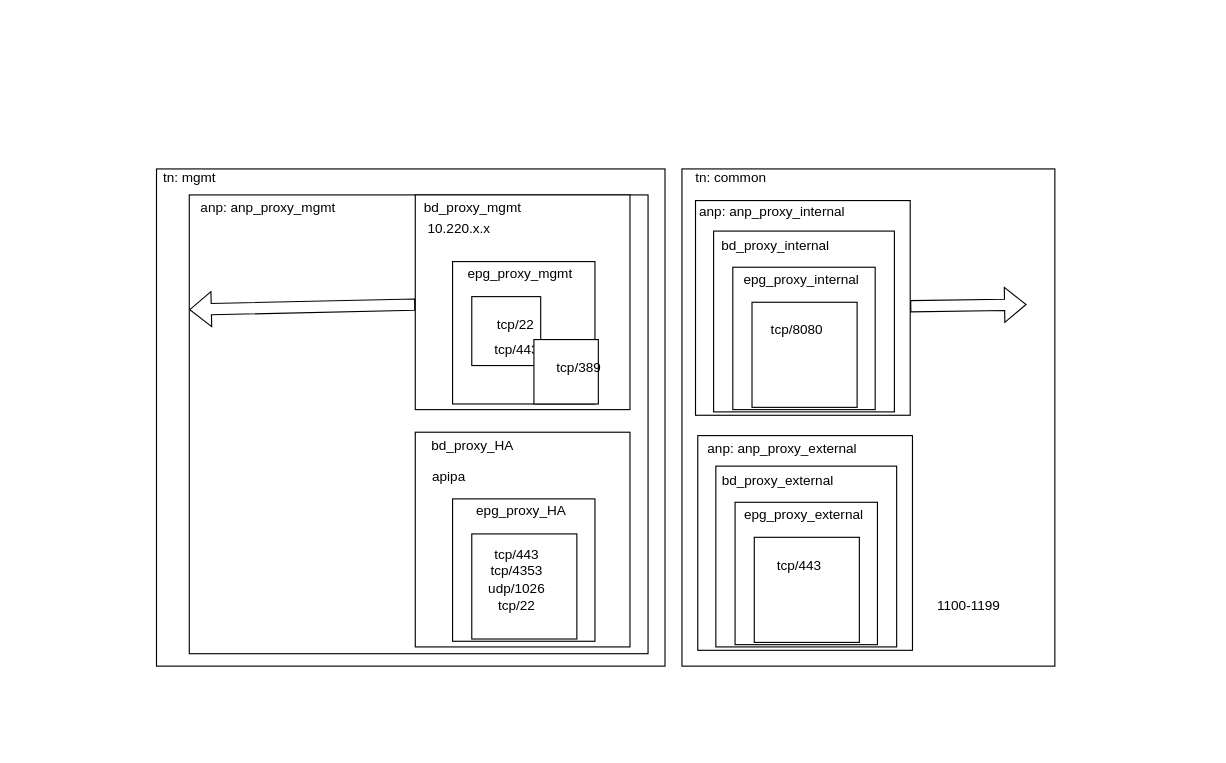
The draw.io diagram page "ACI model" (2 of 3) of Untitled Diagram(1).drawio in steljwagh/Files, before the edit. Source tidied: cells renumbered, new cells numbered last; positions are measured from the earlier drawing's top-left corner, leaving out a move shared by most shapes. Both pictures are drawn from the tidied source at 113%, with x=0, y=0 at pixel (155, 166).
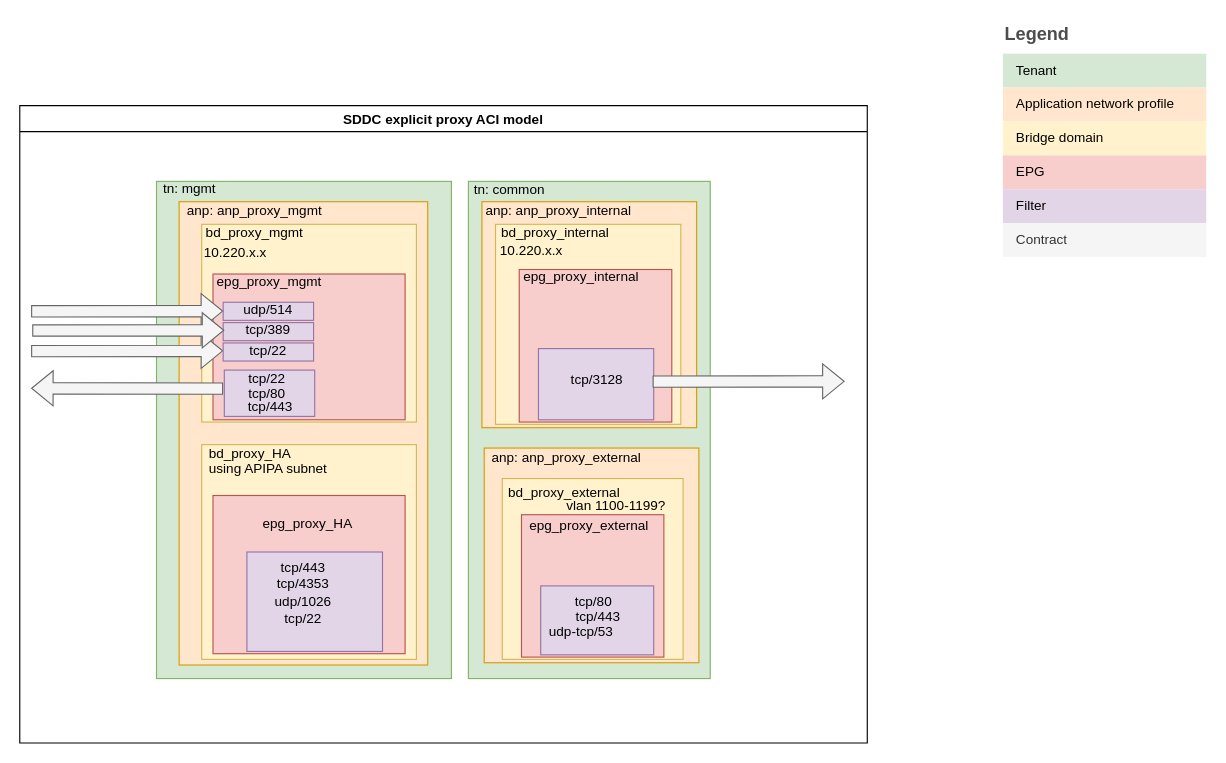
Above is the later version.

The edit, as a diff of the source:
```diff
@@
+    <mxCell id="4" style="rounded=0;whiteSpace=wrap;html=1;imageAspect=0;fillColor=#d5e8d4;strokeColor=#82b366;" parent="1" vertex="1">
+      <mxGeometry x="1" y="13" width="261" height="440" as="geometry" />
+    </mxCell>
+    <mxCell id="47" style="whiteSpace=wrap;html=1;imageAspect=1;absoluteArcSize=1;fillColor=#ffe6cc;strokeColor=#d79b00;" parent="1" vertex="1">
+      <mxGeometry x="21" y="31" width="220" height="410" as="geometry" />
+    </mxCell>
-    <mxCell id="2" style="rounded=0;whiteSpace=wrap;html=1;" parent="1" vertex="1">
-      <mxGeometry x="466" y="2" width="330" height="440" as="geometry" />
+    <mxCell id="2" style="rounded=0;whiteSpace=wrap;html=1;fillColor=#d5e8d4;strokeColor=#82b366;" parent="1" vertex="1">
+      <mxGeometry x="277" y="13" width="214" height="440" as="geometry" />
     </mxCell>
     <mxCell id="3" value="tn: common" style="text;html=1;align=center;verticalAlign=middle;strokeColor=none;" parent="1" vertex="1">
-      <mxGeometry x="469" width="80" height="20" as="geometry" />
+      <mxGeometry x="273" y="11" width="80" height="20" as="geometry" />
     </mxCell>
-    <mxCell id="4" style="rounded=0;whiteSpace=wrap;html=1;imageAspect=0;" parent="1" vertex="1">
-      <mxGeometry x="1" y="2" width="450" height="440" as="geometry" />
-    </mxCell>
     <mxCell id="5" value="tn: mgmt" style="text;html=1;align=center;verticalAlign=middle;strokeColor=none;" parent="1" vertex="1">
-      <mxGeometry width="60" height="20" as="geometry" />
+      <mxGeometry y="10" width="60" height="20" as="geometry" />
     </mxCell>
-    <mxCell id="6" style="whiteSpace=wrap;html=1;imageAspect=1;" parent="1" vertex="1">
-      <mxGeometry x="30" y="25" width="406" height="406" as="geometry" />
-    </mxCell>
     <mxCell id="7" value="anp: anp_proxy_mgmt" style="text;html=1;strokeColor=none;fillColor=none;align=center;verticalAlign=middle;whiteSpace=wrap;rounded=0;" parent="1" vertex="1">
-      <mxGeometry x="25" y="22" width="150" height="30" as="geometry" />
+      <mxGeometry x="13" y="24" width="150" height="30" as="geometry" />
     </mxCell>
-    <mxCell id="8" style="whiteSpace=wrap;html=1;" parent="1" vertex="1">
-      <mxGeometry x="230" y="25" width="190" height="190" as="geometry" />
+    <mxCell id="8" style="whiteSpace=wrap;html=1;fillColor=#fff2cc;strokeColor=#d6b656;" parent="1" vertex="1">
+      <mxGeometry x="41" y="51" width="190" height="175" as="geometry" />
     </mxCell>
-    <mxCell id="9" style="whiteSpace=wrap;html=1;" parent="1" vertex="1">
-      <mxGeometry x="263" y="84" width="126" height="126" as="geometry" />
+    <mxCell id="9" style="whiteSpace=wrap;html=1;fillColor=#f8cecc;strokeColor=#b85450;" parent="1" vertex="1">
+      <mxGeometry x="51" y="95" width="170" height="129" as="geometry" />
     </mxCell>
-    <mxCell id="10" style="whiteSpace=wrap;html=1;" parent="1" vertex="1">
-      <mxGeometry x="280" y="115" width="61" height="61" as="geometry" />
+    <mxCell id="10" style="whiteSpace=wrap;html=1;fillColor=#e1d5e7;strokeColor=#9673a6;" parent="1" vertex="1">
+      <mxGeometry x="61" y="180" width="80" height="41" as="geometry" />
     </mxCell>
     <mxCell id="11" value="bd_proxy_mgmt" style="text;html=1;strokeColor=none;fillColor=none;align=center;verticalAlign=middle;whiteSpace=wrap;rounded=0;" parent="1" vertex="1">
-      <mxGeometry x="201" y="22" width="160" height="30" as="geometry" />
+      <mxGeometry x="8" y="44" width="160" height="30" as="geometry" />
     </mxCell>
     <mxCell id="12" value="epg_proxy_mgmt" style="text;html=1;strokeColor=none;fillColor=none;align=center;verticalAlign=middle;whiteSpace=wrap;rounded=0;" parent="1" vertex="1">
-      <mxGeometry x="248" y="80" width="150" height="30" as="geometry" />
+      <mxGeometry x="26" y="87" width="150" height="30" as="geometry" />
     </mxCell>
-    <mxCell id="13" value="tcp/22" style="text;html=1;strokeColor=none;fillColor=none;align=center;verticalAlign=middle;whiteSpace=wrap;rounded=0;" parent="1" vertex="1">
-      <mxGeometry x="289" y="125" width="60" height="30" as="geometry" />
-    </mxCell>
-    <mxCell id="14" style="whiteSpace=wrap;html=1;" parent="1" vertex="1">
-      <mxGeometry x="230" y="235" width="190" height="190" as="geometry" />
+    <mxCell id="14" style="whiteSpace=wrap;html=1;fillColor=#fff2cc;strokeColor=#d6b656;" parent="1" vertex="1">
+      <mxGeometry x="41" y="246" width="190" height="190" as="geometry" />
     </mxCell>
-    <mxCell id="15" style="whiteSpace=wrap;html=1;" parent="1" vertex="1">
-      <mxGeometry x="263" y="294" width="126" height="126" as="geometry" />
+    <mxCell id="15" style="whiteSpace=wrap;html=1;fillColor=#f8cecc;strokeColor=#b85450;" parent="1" vertex="1">
+      <mxGeometry x="51" y="291" width="170" height="140" as="geometry" />
     </mxCell>
-    <mxCell id="16" style="whiteSpace=wrap;html=1;" parent="1" vertex="1">
-      <mxGeometry x="280" y="325" width="93" height="93" as="geometry" />
+    <mxCell id="16" style="whiteSpace=wrap;html=1;fillColor=#e1d5e7;strokeColor=#9673a6;" parent="1" vertex="1">
+      <mxGeometry x="81" y="341" width="120" height="88" as="geometry" />
     </mxCell>
     <mxCell id="17" value="bd_proxy_HA" style="text;html=1;strokeColor=none;fillColor=none;align=center;verticalAlign=middle;whiteSpace=wrap;rounded=0;" parent="1" vertex="1">
-      <mxGeometry x="201" y="232" width="160" height="30" as="geometry" />
+      <mxGeometry x="4" y="239" width="160" height="30" as="geometry" />
     </mxCell>
     <mxCell id="18" value="epg_proxy_HA" style="text;html=1;strokeColor=none;fillColor=none;align=center;verticalAlign=middle;whiteSpace=wrap;rounded=0;" parent="1" vertex="1">
-      <mxGeometry x="249" y="290" width="150" height="30" as="geometry" />
+      <mxGeometry x="60" y="301" width="150" height="30" as="geometry" />
     </mxCell>
     <mxCell id="19" value="tcp/443" style="text;html=1;strokeColor=none;fillColor=none;align=center;verticalAlign=middle;whiteSpace=wrap;rounded=0;" parent="1" vertex="1">
-      <mxGeometry x="290" y="335" width="60" height="17" as="geometry" />
+      <mxGeometry x="101" y="346" width="60" height="17" as="geometry" />
     </mxCell>
-    <mxCell id="20" style="whiteSpace=wrap;html=1;" parent="1" vertex="1">
-      <mxGeometry x="478" y="30" width="190" height="190" as="geometry" />
+    <mxCell id="20" style="whiteSpace=wrap;html=1;imageAspect=0;fillColor=#ffe6cc;strokeColor=#d79b00;" parent="1" vertex="1">
+      <mxGeometry x="289" y="31" width="190" height="200" as="geometry" />
     </mxCell>
-    <mxCell id="21" style="whiteSpace=wrap;html=1;" parent="1" vertex="1">
-      <mxGeometry x="494" y="57" width="160" height="160" as="geometry" />
+    <mxCell id="21" style="whiteSpace=wrap;html=1;fillColor=#fff2cc;strokeColor=#d6b656;" parent="1" vertex="1">
+      <mxGeometry x="301" y="51" width="164" height="177" as="geometry" />
     </mxCell>
-    <mxCell id="22" style="whiteSpace=wrap;html=1;" parent="1" vertex="1">
-      <mxGeometry x="511" y="89" width="126" height="126" as="geometry" />
+    <mxCell id="22" style="whiteSpace=wrap;html=1;imageAspect=0;fillColor=#f8cecc;strokeColor=#b85450;" parent="1" vertex="1">
+      <mxGeometry x="322" y="91" width="135" height="135" as="geometry" />
     </mxCell>
-    <mxCell id="23" style="whiteSpace=wrap;html=1;" parent="1" vertex="1">
-      <mxGeometry x="528" y="120" width="93" height="93" as="geometry" />
+    <mxCell id="23" style="whiteSpace=wrap;html=1;fillColor=#e1d5e7;strokeColor=#9673a6;" parent="1" vertex="1">
+      <mxGeometry x="339" y="161" width="102" height="63" as="geometry" />
     </mxCell>
     <mxCell id="24" value="bd_proxy_internal" style="text;html=1;strokeColor=none;fillColor=none;align=center;verticalAlign=middle;whiteSpace=wrap;rounded=0;" parent="1" vertex="1">
-      <mxGeometry x="469" y="55" width="160" height="30" as="geometry" />
+      <mxGeometry x="274" y="44" width="160" height="30" as="geometry" />
     </mxCell>
     <mxCell id="25" value="anp: anp_proxy_internal" style="text;html=1;strokeColor=none;fillColor=none;align=center;verticalAlign=middle;whiteSpace=wrap;rounded=0;" parent="1" vertex="1">
-      <mxGeometry x="471" y="25" width="150" height="30" as="geometry" />
+      <mxGeometry x="282" y="21" width="150" height="35" as="geometry" />
     </mxCell>
     <mxCell id="26" value="epg_proxy_internal" style="text;html=1;strokeColor=none;fillColor=none;align=center;verticalAlign=middle;whiteSpace=wrap;rounded=0;" parent="1" vertex="1">
-      <mxGeometry x="497" y="85" width="150" height="30" as="geometry" />
+      <mxGeometry x="302" y="83" width="150" height="30" as="geometry" />
     </mxCell>
-    <mxCell id="27" value="tcp/8080" style="text;html=1;strokeColor=none;fillColor=none;align=center;verticalAlign=middle;whiteSpace=wrap;rounded=0;" parent="1" vertex="1">
-      <mxGeometry x="538" y="130" width="60" height="30" as="geometry" />
+    <mxCell id="27" value="tcp/3128" style="text;html=1;strokeColor=none;fillColor=none;align=center;verticalAlign=middle;whiteSpace=wrap;rounded=0;" parent="1" vertex="1">
+      <mxGeometry x="361" y="173.5" width="60" height="30" as="geometry" />
     </mxCell>
     <mxCell id="28" value="tcp/443" style="text;html=1;strokeColor=none;fillColor=none;align=center;verticalAlign=middle;whiteSpace=wrap;rounded=0;" parent="1" vertex="1">
-      <mxGeometry x="290" y="146.5" width="60" height="30" as="geometry" />
+      <mxGeometry x="72" y="207" width="60" height="12" as="geometry" />
     </mxCell>
     <mxCell id="29" value="udp/1026" style="text;html=1;strokeColor=none;fillColor=none;align=center;verticalAlign=middle;whiteSpace=wrap;rounded=0;" parent="1" vertex="1">
-      <mxGeometry x="290" y="367" width="60" height="14" as="geometry" />
+      <mxGeometry x="101" y="378" width="60" height="14" as="geometry" />
     </mxCell>
     <mxCell id="30" value="tcp/4353" style="text;html=1;strokeColor=none;fillColor=none;align=center;verticalAlign=middle;whiteSpace=wrap;rounded=0;" parent="1" vertex="1">
-      <mxGeometry x="290" y="353" width="60" height="9" as="geometry" />
+      <mxGeometry x="101" y="364" width="60" height="9" as="geometry" />
     </mxCell>
     <mxCell id="31" value="tcp/22" style="text;html=1;strokeColor=none;fillColor=none;align=center;verticalAlign=middle;whiteSpace=wrap;rounded=0;" parent="1" vertex="1">
-      <mxGeometry x="290" y="385" width="60" height="8" as="geometry" />
+      <mxGeometry x="101" y="396" width="60" height="8" as="geometry" />
     </mxCell>
-    <mxCell id="32" style="whiteSpace=wrap;html=1;" parent="1" vertex="1">
-      <mxGeometry x="480" y="238" width="190" height="190" as="geometry" />
+    <mxCell id="32" style="whiteSpace=wrap;html=1;fillColor=#ffe6cc;strokeColor=#d79b00;" parent="1" vertex="1">
+      <mxGeometry x="291" y="249" width="190" height="190" as="geometry" />
     </mxCell>
-    <mxCell id="33" style="whiteSpace=wrap;html=1;" parent="1" vertex="1">
-      <mxGeometry x="496" y="265" width="160" height="160" as="geometry" />
+    <mxCell id="33" style="whiteSpace=wrap;html=1;fillColor=#fff2cc;strokeColor=#d6b656;" parent="1" vertex="1">
+      <mxGeometry x="307" y="276" width="160" height="160" as="geometry" />
     </mxCell>
-    <mxCell id="34" style="whiteSpace=wrap;html=1;" parent="1" vertex="1">
-      <mxGeometry x="513" y="297" width="126" height="126" as="geometry" />
+    <mxCell id="34" style="whiteSpace=wrap;html=1;fillColor=#f8cecc;strokeColor=#b85450;" parent="1" vertex="1">
+      <mxGeometry x="324" y="308" width="126" height="126" as="geometry" />
     </mxCell>
-    <mxCell id="35" style="whiteSpace=wrap;html=1;" parent="1" vertex="1">
-      <mxGeometry x="530" y="328" width="93" height="93" as="geometry" />
+    <mxCell id="35" style="whiteSpace=wrap;html=1;fillColor=#e1d5e7;strokeColor=#9673a6;" parent="1" vertex="1">
+      <mxGeometry x="341" y="371" width="100" height="61" as="geometry" />
     </mxCell>
     <mxCell id="36" value="bd_proxy_external" style="text;html=1;strokeColor=none;fillColor=none;align=center;verticalAlign=middle;whiteSpace=wrap;rounded=0;" parent="1" vertex="1">
-      <mxGeometry x="471" y="263" width="160" height="30" as="geometry" />
+      <mxGeometry x="282" y="274" width="160" height="30" as="geometry" />
     </mxCell>
     <mxCell id="37" value="anp: anp_proxy_external" style="text;html=1;strokeColor=none;fillColor=none;align=center;verticalAlign=middle;whiteSpace=wrap;rounded=0;" parent="1" vertex="1">
-      <mxGeometry x="480" y="235" width="150" height="30" as="geometry" />
+      <mxGeometry x="289" y="243" width="150" height="30" as="geometry" />
     </mxCell>
     <mxCell id="38" value="epg_proxy_external" style="text;html=1;strokeColor=none;fillColor=none;align=center;verticalAlign=middle;whiteSpace=wrap;rounded=0;" parent="1" vertex="1">
-      <mxGeometry x="499" y="293" width="150" height="30" as="geometry" />
+      <mxGeometry x="309" y="303" width="150" height="30" as="geometry" />
     </mxCell>
-    <mxCell id="39" value="tcp/443" style="text;html=1;strokeColor=none;fillColor=none;align=center;verticalAlign=middle;whiteSpace=wrap;rounded=0;" parent="1" vertex="1">
-      <mxGeometry x="540" y="338" width="60" height="30" as="geometry" />
+    <mxCell id="39" value="tcp/80" style="text;html=1;strokeColor=none;fillColor=none;align=center;verticalAlign=middle;whiteSpace=wrap;rounded=0;" parent="1" vertex="1">
+      <mxGeometry x="358" y="378" width="60" height="14" as="geometry" />
     </mxCell>
-    <mxCell id="40" style="whiteSpace=wrap;html=1;" parent="1" vertex="1">
-      <mxGeometry x="335" y="153" width="57" height="57" as="geometry" />
-    </mxCell>
-    <mxCell id="41" value="tcp/389" style="text;html=1;strokeColor=none;fillColor=none;align=center;verticalAlign=middle;whiteSpace=wrap;rounded=0;" parent="1" vertex="1">
-      <mxGeometry x="345" y="163" width="60" height="30" as="geometry" />
-    </mxCell>
-    <mxCell id="42" style="shape=flexArrow;endArrow=classic;html=1;rounded=0;" parent="1" edge="1" source="20">
-      <mxGeometry relative="1" as="geometry">
-        <mxPoint x="771" y="122" as="targetPoint" />
-      </mxGeometry>
-    </mxCell>
-    <mxCell id="43" style="shape=flexArrow;endArrow=classic;html=1;rounded=0;entryX=0;entryY=0.25;entryDx=0;entryDy=0;" parent="1" edge="1" source="8" target="6">
-      <mxGeometry relative="1" as="geometry" />
-    </mxCell>
     <mxCell id="44" value="10.220.x.x" style="text;html=1;strokeColor=none;fillColor=none;align=center;verticalAlign=middle;whiteSpace=wrap;rounded=0;" parent="1" vertex="1">
-      <mxGeometry x="239" y="40" width="60" height="30" as="geometry" />
+      <mxGeometry x="41" y="61" width="60" height="30" as="geometry" />
     </mxCell>
-    <mxCell id="45" value="1100-1199" style="text;html=1;strokeColor=none;fillColor=none;align=center;verticalAlign=middle;whiteSpace=wrap;rounded=0;" parent="1" vertex="1">
-      <mxGeometry x="690" y="374" width="60" height="30" as="geometry" />
+    <mxCell id="45" value="vlan 1100-1199?" style="text;html=1;strokeColor=none;fillColor=none;align=center;verticalAlign=middle;whiteSpace=wrap;rounded=0;" parent="1" vertex="1">
+      <mxGeometry x="351" y="285" width="114" height="30" as="geometry" />
     </mxCell>
-    <mxCell id="46" value="apipa" style="text;html=1;strokeColor=none;fillColor=none;align=center;verticalAlign=middle;whiteSpace=wrap;rounded=0;" parent="1" vertex="1">
-      <mxGeometry x="230" y="260" width="60" height="30" as="geometry" />
+    <mxCell id="46" value="using APIPA subnet" style="text;html=1;strokeColor=none;fillColor=none;align=center;verticalAlign=middle;whiteSpace=wrap;rounded=0;" parent="1" vertex="1">
+      <mxGeometry x="35" y="253" width="130" height="30" as="geometry" />
     </mxCell>
+    <mxCell id="48" value="10.220.x.x" style="text;html=1;strokeColor=none;fillColor=none;align=center;verticalAlign=middle;whiteSpace=wrap;rounded=0;" parent="1" vertex="1">
+      <mxGeometry x="303" y="60" width="60" height="30" as="geometry" />
+    </mxCell>
+    <mxCell id="49" value="Legend" style="align=left;fontSize=16;fontStyle=1;strokeColor=none;fillColor=none;fontColor=#4D4D4D;spacingTop=-8;" parent="1" vertex="1">
+      <mxGeometry x="750" y="-130" width="180" height="30" as="geometry" />
+    </mxCell>
+    <mxCell id="50" style="shape=table;html=1;whiteSpace=wrap;startSize=0;childLayout=tableLayout;fillColor=none;align=left;spacingLeft=10;strokeColor=none;rounded=1;arcSize=11;fontColor=#FFFFFF;metaData={&quot;c4Type&quot;:{&quot;editable&quot;:false}};" parent="1" vertex="1">
+      <mxGeometry x="750" y="-100" width="180" height="180" as="geometry" />
+    </mxCell>
+    <mxCell id="51" value="Tenant" style="shape=partialRectangle;html=1;whiteSpace=wrap;fillColor=#d5e8d4;top=0;left=0;bottom=0;right=0;overflow=hidden;align=left;spacingLeft=10;strokeColor=#82b366;" parent="50" vertex="1">
+      <mxGeometry width="180" height="30" as="geometry" />
+    </mxCell>
+    <mxCell id="52" value="Application network profile" style="shape=partialRectangle;html=1;whiteSpace=wrap;fillColor=#ffe6cc;top=0;left=0;bottom=0;right=0;overflow=hidden;align=left;spacingLeft=10;strokeColor=#d79b00;" parent="50" vertex="1">
+      <mxGeometry y="30" width="180" height="30" as="geometry" />
+    </mxCell>
+    <mxCell id="53" value="Bridge domain" style="shape=partialRectangle;html=1;whiteSpace=wrap;fillColor=#fff2cc;top=0;left=0;bottom=0;right=0;overflow=hidden;align=left;spacingLeft=10;strokeColor=#d6b656;" parent="50" vertex="1">
+      <mxGeometry y="60" width="180" height="30" as="geometry" />
+    </mxCell>
+    <mxCell id="54" value="EPG" style="shape=partialRectangle;html=1;whiteSpace=wrap;fillColor=#f8cecc;top=0;left=0;bottom=0;right=0;overflow=hidden;align=left;spacingLeft=10;strokeColor=#b85450;" parent="50" vertex="1">
+      <mxGeometry y="90" width="180" height="30" as="geometry" />
+    </mxCell>
+    <mxCell id="55" value="Filter" style="shape=partialRectangle;html=1;whiteSpace=wrap;fillColor=#e1d5e7;top=0;left=0;bottom=0;right=0;overflow=hidden;align=left;spacingLeft=10;strokeColor=#9673a6;" parent="50" vertex="1">
+      <mxGeometry y="120" width="180" height="30" as="geometry" />
+    </mxCell>
+    <mxCell id="56" value="Contract" style="shape=partialRectangle;html=1;whiteSpace=wrap;fillColor=#f5f5f5;top=0;left=0;bottom=0;right=0;overflow=hidden;align=left;spacingLeft=10;fontColor=#333333;strokeColor=#666666;" parent="50" vertex="1">
+      <mxGeometry y="150" width="180" height="30" as="geometry" />
+    </mxCell>
+    <mxCell id="57" value="SDDC explicit proxy ACI model" style="swimlane;" parent="1" vertex="1">
+      <mxGeometry x="-120" y="-54" width="750" height="564" as="geometry" />
+    </mxCell>
+    <mxCell id="58" style="shape=flexArrow;endArrow=classic;html=1;rounded=0;fillColor=#f5f5f5;strokeColor=#666666;" parent="57" edge="1">
+      <mxGeometry relative="1" as="geometry">
+        <mxPoint x="560" y="244.2" as="sourcePoint" />
+        <mxPoint x="730" y="244" as="targetPoint" />
+      </mxGeometry>
+    </mxCell>
+    <mxCell id="59" style="shape=flexArrow;endArrow=classic;html=1;rounded=0;fillColor=#f5f5f5;strokeColor=#666666;" parent="57" edge="1">
+      <mxGeometry relative="1" as="geometry">
+        <mxPoint x="180" y="250.4" as="sourcePoint" />
+        <mxPoint x="10" y="250.1" as="targetPoint" />
+      </mxGeometry>
+    </mxCell>
+    <mxCell id="13" value="tcp/22" style="text;html=1;strokeColor=none;fillColor=none;align=center;verticalAlign=middle;whiteSpace=wrap;rounded=0;" parent="57" vertex="1">
+      <mxGeometry x="189" y="238" width="60" height="8.2" as="geometry" />
+    </mxCell>
+    <mxCell id="40" style="whiteSpace=wrap;html=1;fillColor=#e1d5e7;strokeColor=#9673a6;" parent="57" vertex="1">
+      <mxGeometry x="180" y="174" width="80" height="16" as="geometry" />
+    </mxCell>
+    <mxCell id="41" value="udp/514" style="text;html=1;strokeColor=none;fillColor=none;align=center;verticalAlign=middle;whiteSpace=wrap;rounded=0;" parent="57" vertex="1">
+      <mxGeometry x="190" y="172" width="60" height="18" as="geometry" />
+    </mxCell>
+    <mxCell id="60" style="shape=flexArrow;endArrow=classic;html=1;rounded=0;fillColor=#f5f5f5;strokeColor=#666666;" parent="57" edge="1">
+      <mxGeometry relative="1" as="geometry">
+        <mxPoint x="10" y="217.2" as="sourcePoint" />
+        <mxPoint x="180" y="217" as="targetPoint" />
+      </mxGeometry>
+    </mxCell>
+    <mxCell id="61" style="shape=flexArrow;endArrow=classic;html=1;rounded=0;fillColor=#f5f5f5;strokeColor=#666666;" parent="57" edge="1">
+      <mxGeometry relative="1" as="geometry">
+        <mxPoint x="10" y="182" as="sourcePoint" />
+        <mxPoint x="180" y="181.8" as="targetPoint" />
+      </mxGeometry>
+    </mxCell>
+    <mxCell id="62" value="udp-tcp/53" style="text;html=1;strokeColor=none;fillColor=none;align=center;verticalAlign=middle;whiteSpace=wrap;rounded=0;" parent="1" vertex="1">
+      <mxGeometry x="341" y="397" width="72" height="30" as="geometry" />
+    </mxCell>
+    <mxCell id="63" value="tcp/443" style="text;html=1;strokeColor=none;fillColor=none;align=center;verticalAlign=middle;whiteSpace=wrap;rounded=0;" parent="1" vertex="1">
+      <mxGeometry x="362" y="391" width="60" height="15" as="geometry" />
+    </mxCell>
+    <mxCell id="64" value="tcp/80" style="text;html=1;strokeColor=none;fillColor=none;align=center;verticalAlign=middle;whiteSpace=wrap;rounded=0;" parent="1" vertex="1">
+      <mxGeometry x="69" y="196.6" width="60" height="8.2" as="geometry" />
+    </mxCell>
+    <mxCell id="65" style="whiteSpace=wrap;html=1;fillColor=#e1d5e7;strokeColor=#9673a6;" parent="1" vertex="1">
+      <mxGeometry x="60" y="138" width="80" height="16" as="geometry" />
+    </mxCell>
+    <mxCell id="66" value="tcp/389" style="text;html=1;strokeColor=none;fillColor=none;align=center;verticalAlign=middle;whiteSpace=wrap;rounded=0;" parent="1" vertex="1">
+      <mxGeometry x="70" y="136" width="60" height="18" as="geometry" />
+    </mxCell>
+    <mxCell id="67" style="whiteSpace=wrap;html=1;fillColor=#e1d5e7;strokeColor=#9673a6;" parent="1" vertex="1">
+      <mxGeometry x="60" y="156" width="80" height="16" as="geometry" />
+    </mxCell>
+    <mxCell id="68" value="tcp/22" style="text;html=1;strokeColor=none;fillColor=none;align=center;verticalAlign=middle;whiteSpace=wrap;rounded=0;" parent="1" vertex="1">
+      <mxGeometry x="70" y="154" width="60" height="18" as="geometry" />
+    </mxCell>
+    <mxCell id="69" style="shape=flexArrow;endArrow=classic;html=1;rounded=0;fillColor=#f5f5f5;strokeColor=#666666;" parent="1" edge="1">
+      <mxGeometry relative="1" as="geometry">
+        <mxPoint x="-109" y="145" as="sourcePoint" />
+        <mxPoint x="61" y="144.8" as="targetPoint" />
+      </mxGeometry>
+    </mxCell>
```
